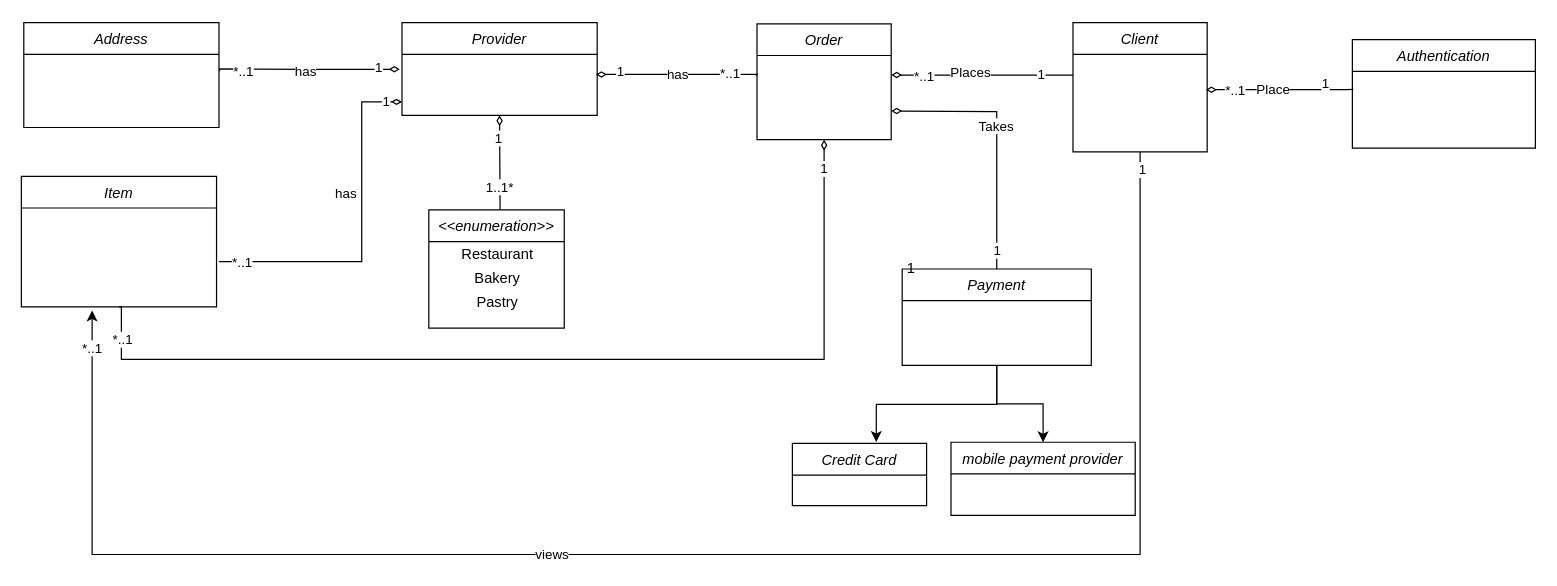
This is assets/Simple_classes_CD.drawio from Bruno-Macedo/Soft.Arch, a draw.io file, before an edit. Source tidied: cells renumbered, new cells numbered last; positions are measured from the earlier drawing's top-left corner, leaving out a move shared by most shapes. Both pictures are drawn from the tidied source at 122%, with x=0, y=0 at pixel (21, 22).
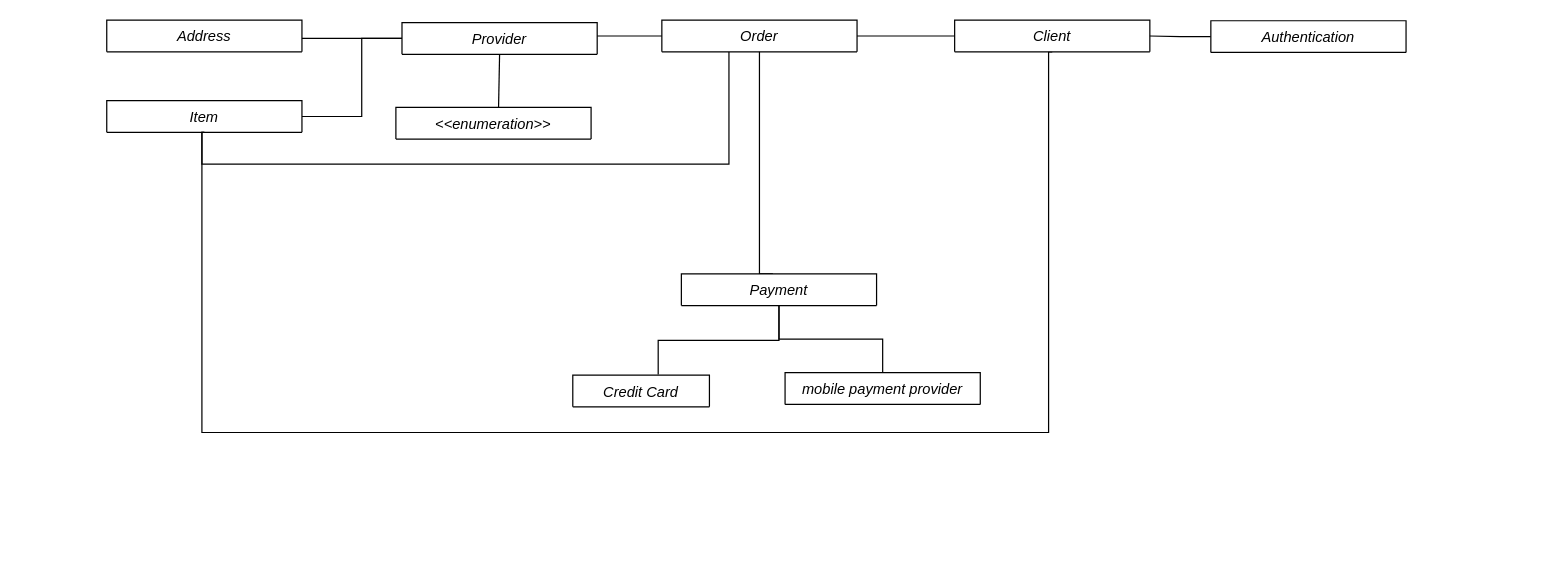
After the change.

The edit, as a diff of the source:
```diff
@@
-    <mxCell id="2" value="Provider" style="swimlane;fontStyle=2;align=center;verticalAlign=top;horizontal=1;startSize=26;rounded=0;shadow=0;strokeWidth=1;" parent="1" vertex="1">
-      <mxGeometry x="312" width="160" height="76" as="geometry" />
+    <mxCell id="2" value="Provider" style="swimlane;fontStyle=2;align=center;verticalAlign=top;horizontal=1;startSize=26;rounded=0;shadow=0;strokeWidth=1;" parent="1" vertex="1" collapsed="1">
+      <mxGeometry x="312" width="160" height="26" as="geometry" />
     </mxCell>
-    <mxCell id="3" style="edgeStyle=orthogonalEdgeStyle;rounded=0;orthogonalLoop=1;jettySize=auto;html=1;startArrow=none;startFill=0;endArrow=diamondThin;endFill=0;" parent="1" edge="1">
+    <mxCell id="3" style="edgeStyle=orthogonalEdgeStyle;rounded=0;jettySize=auto;html=1;startArrow=none;startFill=0;endArrow=none;endFill=0;exitX=1;exitY=0.5;exitDx=0;exitDy=0;entryX=0;entryY=0.5;entryDx=0;entryDy=0;" parent="1" edge="1" source="7" target="2">
       <mxGeometry relative="1" as="geometry">
-        <mxPoint x="162" y="196" as="sourcePoint" />
-        <mxPoint x="312" y="65" as="targetPoint" />
         <Array as="points">
-          <mxPoint x="279" y="196" />
-          <mxPoint x="279" y="65" />
+          <mxPoint x="279" y="77" />
+          <mxPoint x="279" y="13" />
         </Array>
       </mxGeometry>
     </mxCell>
-    <mxCell id="4" value="has" style="edgeLabel;html=1;align=center;verticalAlign=middle;" parent="3" vertex="1">
-      <mxGeometry x="0.24" y="-2" relative="1" as="geometry">
-        <mxPoint x="-16" as="offset" />
-      </mxGeometry>
-    </mxCell>
-    <mxCell id="5" value="1" style="edgeLabel;html=1;align=center;verticalAlign=middle;" parent="3" vertex="1">
-      <mxGeometry x="0.85" y="-2" relative="1" as="geometry">
-        <mxPoint x="7" y="-3" as="offset" />
-      </mxGeometry>
-    </mxCell>
-    <mxCell id="6" value="*..1" style="edgeLabel;html=1;align=center;verticalAlign=middle;" parent="3" vertex="1">
-      <mxGeometry x="-0.87" relative="1" as="geometry" />
-    </mxCell>
-    <mxCell id="7" value="Item" style="swimlane;fontStyle=2;align=center;verticalAlign=top;horizontal=1;startSize=26;rounded=0;shadow=0;strokeWidth=1;" parent="1" vertex="1">
-      <mxGeometry y="126" width="160" height="107" as="geometry" />
+    <mxCell id="7" value="Item" style="swimlane;fontStyle=2;align=center;verticalAlign=top;horizontal=1;startSize=26;rounded=0;shadow=0;strokeWidth=1;" parent="1" vertex="1" collapsed="1">
+      <mxGeometry x="70" y="64" width="160" height="26" as="geometry" />
     </mxCell>
-    <mxCell id="8" value="Address" style="swimlane;fontStyle=2;align=center;verticalAlign=top;horizontal=1;startSize=26;rounded=0;shadow=0;strokeWidth=1;" parent="1" vertex="1">
-      <mxGeometry x="2" width="160" height="86" as="geometry" />
+    <mxCell id="8" value="Address" style="swimlane;fontStyle=2;align=center;verticalAlign=top;horizontal=1;startSize=26;rounded=0;shadow=0;strokeWidth=1;" parent="1" vertex="1" collapsed="1">
+      <mxGeometry x="70" y="-2" width="160" height="26" as="geometry" />
     </mxCell>
-    <mxCell id="9" style="edgeStyle=orthogonalEdgeStyle;rounded=0;orthogonalLoop=1;jettySize=auto;html=1;startArrow=diamondThin;startFill=0;endArrow=none;endFill=0;exitX=-0.011;exitY=0.472;exitDx=0;exitDy=0;exitPerimeter=0;entryX=1.003;entryY=0.538;entryDx=0;entryDy=0;entryPerimeter=0;" parent="1" edge="1">
+    <mxCell id="9" style="edgeStyle=orthogonalEdgeStyle;rounded=0;orthogonalLoop=1;jettySize=auto;html=1;startArrow=none;startFill=0;endArrow=none;endFill=0;entryX=1;entryY=0.5;entryDx=0;entryDy=0;" parent="1" edge="1">
       <mxGeometry relative="1" as="geometry">
-        <mxPoint x="310.2" y="38.3" as="sourcePoint" />
-        <mxPoint x="162.5" y="40" as="targetPoint" />
+        <mxPoint x="312" y="13" as="sourcePoint" />
+        <mxPoint x="230" y="13" as="targetPoint" />
         <Array as="points">
-          <mxPoint x="236" y="38" />
-          <mxPoint x="163" y="38" />
+          <mxPoint x="310" y="13" />
         </Array>
       </mxGeometry>
     </mxCell>
-    <mxCell id="10" value="has" style="edgeLabel;html=1;align=center;verticalAlign=middle;" parent="9" vertex="1">
-      <mxGeometry x="0.27" y="1" relative="1" as="geometry">
-        <mxPoint x="17" as="offset" />
-      </mxGeometry>
-    </mxCell>
-    <mxCell id="11" value="1" style="edgeLabel;html=1;align=center;verticalAlign=middle;" parent="9" vertex="1">
-      <mxGeometry x="-0.76" y="-2" relative="1" as="geometry" />
-    </mxCell>
-    <mxCell id="12" value="*..1" style="edgeLabel;html=1;align=center;verticalAlign=middle;" parent="9" vertex="1">
-      <mxGeometry x="0.72" y="1" relative="1" as="geometry" />
-    </mxCell>
-    <mxCell id="13" value="1" style="edgeStyle=orthogonalEdgeStyle;rounded=0;jettySize=auto;html=1;entryX=0.5;entryY=1;entryDx=0;entryDy=0;startArrow=diamondThin;startFill=0;endArrow=none;endFill=0;" parent="1" edge="1" source="15" target="7">
-      <mxGeometry x="-0.94" relative="1" as="geometry">
+    <mxCell id="13" style="edgeStyle=orthogonalEdgeStyle;rounded=0;jettySize=auto;html=1;entryX=0.5;entryY=1;entryDx=0;entryDy=0;startArrow=none;startFill=0;endArrow=none;endFill=0;" parent="1" edge="1" source="15" target="7">
+      <mxGeometry x="-0.93" relative="1" as="geometry">
         <Array as="points">
-          <mxPoint x="658" y="276" />
-          <mxPoint x="82" y="276" />
-          <mxPoint x="82" y="233" />
+          <mxPoint x="580" y="116" />
+          <mxPoint x="148" y="116" />
+          <mxPoint x="148" y="90" />
         </Array>
       </mxGeometry>
     </mxCell>
-    <mxCell id="14" value="*..1" style="edgeLabel;html=1;align=center;verticalAlign=middle;" parent="13" vertex="1">
-      <mxGeometry x="0.93" relative="1" as="geometry" />
-    </mxCell>
-    <mxCell id="15" value="Order" style="swimlane;fontStyle=2;align=center;verticalAlign=top;horizontal=1;startSize=26;rounded=0;shadow=0;strokeWidth=1;" parent="1" vertex="1">
-      <mxGeometry x="603" y="1" width="110" height="95" as="geometry" />
+    <mxCell id="15" value="Order" style="swimlane;fontStyle=2;align=center;verticalAlign=top;horizontal=1;startSize=26;rounded=0;shadow=0;strokeWidth=1;" parent="1" vertex="1" collapsed="1">
+      <mxGeometry x="525" y="-2" width="160" height="26" as="geometry" />
     </mxCell>
-    <mxCell id="16" value="has" style="edgeStyle=orthogonalEdgeStyle;rounded=0;orthogonalLoop=1;jettySize=auto;html=1;startArrow=diamondThin;startFill=0;endArrow=none;endFill=0;entryX=0;entryY=0.5;entryDx=0;entryDy=0;" parent="1" edge="1">
-      <mxGeometry relative="1" as="geometry">
-        <mxPoint x="471" y="42.5" as="sourcePoint" />
-        <mxPoint x="602" y="43.5" as="targetPoint" />
+    <mxCell id="16" style="edgeStyle=orthogonalEdgeStyle;rounded=0;jettySize=auto;html=1;startArrow=none;startFill=0;endArrow=none;endFill=0;entryX=0;entryY=0.5;entryDx=0;entryDy=0;" parent="1" edge="1" target="15">
+      <mxGeometry x="-0.1" relative="1" as="geometry">
+        <mxPoint x="472" y="11" as="sourcePoint" />
         <Array as="points">
-          <mxPoint x="603" y="42.5" />
+          <mxPoint x="472" y="11" />
         </Array>
       </mxGeometry>
     </mxCell>
-    <mxCell id="17" value="1" style="edgeLabel;html=1;align=center;verticalAlign=middle;" parent="16" vertex="1">
-      <mxGeometry x="-0.72" y="3" relative="1" as="geometry" />
-    </mxCell>
-    <mxCell id="18" value="*..1" style="edgeLabel;html=1;align=center;verticalAlign=middle;" parent="16" vertex="1">
-      <mxGeometry x="0.64" y="-1" relative="1" as="geometry">
-        <mxPoint y="-2" as="offset" />
-      </mxGeometry>
-    </mxCell>
-    <mxCell id="19" style="edgeStyle=orthogonalEdgeStyle;rounded=0;jettySize=auto;html=1;" parent="1" edge="1" source="23">
+    <mxCell id="19" style="edgeStyle=orthogonalEdgeStyle;rounded=0;jettySize=auto;html=1;endArrow=none;endFill=0;startArrow=none;startFill=0;entryX=0.5;entryY=1;entryDx=0;entryDy=0;exitX=0.5;exitY=1;exitDx=0;exitDy=0;" parent="1" edge="1" source="23" target="7">
       <mxGeometry relative="1" as="geometry">
-        <mxPoint x="58" y="236" as="targetPoint" />
         <Array as="points">
-          <mxPoint x="917" y="436" />
-          <mxPoint x="58" y="436" />
+          <mxPoint x="842" y="24" />
+          <mxPoint x="842" y="336" />
+          <mxPoint x="148" y="336" />
+          <mxPoint x="148" y="90" />
         </Array>
       </mxGeometry>
     </mxCell>
-    <mxCell id="20" value="1" style="edgeLabel;html=1;align=center;verticalAlign=middle;" parent="19" vertex="1">
-      <mxGeometry x="-0.98" y="1" relative="1" as="geometry" />
-    </mxCell>
-    <mxCell id="21" value="*..1" style="edgeLabel;html=1;align=center;verticalAlign=middle;" parent="19" vertex="1">
-      <mxGeometry x="0.94" y="1" relative="1" as="geometry">
-        <mxPoint y="-12" as="offset" />
-      </mxGeometry>
-    </mxCell>
-    <mxCell id="22" value="views" style="edgeLabel;html=1;align=center;verticalAlign=middle;" parent="19" vertex="1">
-      <mxGeometry x="0.17" y="-1" relative="1" as="geometry" />
-    </mxCell>
+    <mxCell id="49" style="edgeStyle=orthogonalEdgeStyle;rounded=0;jettySize=auto;html=1;startArrow=none;startFill=0;endArrow=none;endFill=0;" parent="1" edge="1" source="23" target="15">
+      <mxGeometry relative="1" as="geometry" />
+    </mxCell>
-    <mxCell id="23" value="Client" style="swimlane;fontStyle=2;align=center;verticalAlign=top;horizontal=1;startSize=26;rounded=0;shadow=0;strokeWidth=1;" parent="1" vertex="1">
-      <mxGeometry x="862" width="110" height="106" as="geometry" />
+    <mxCell id="23" value="Client" style="swimlane;fontStyle=2;align=center;verticalAlign=top;horizontal=1;startSize=26;rounded=0;shadow=0;strokeWidth=1;" parent="1" vertex="1" collapsed="1">
+      <mxGeometry x="765" y="-2" width="160" height="26" as="geometry" />
     </mxCell>
-    <mxCell id="24" style="edgeStyle=orthogonalEdgeStyle;rounded=0;orthogonalLoop=1;jettySize=auto;html=1;startArrow=diamondThin;startFill=0;endArrow=none;endFill=0;exitX=1.016;exitY=0.527;exitDx=0;exitDy=0;exitPerimeter=0;" parent="1" edge="1">
-      <mxGeometry relative="1" as="geometry">
-        <mxPoint x="713" y="42.9" as="sourcePoint" />
-        <mxPoint x="862" y="43" as="targetPoint" />
-        <Array as="points">
-          <mxPoint x="862" y="43" />
-        </Array>
-      </mxGeometry>
-    </mxCell>
-    <mxCell id="25" value="1" style="edgeLabel;html=1;align=center;verticalAlign=middle;" parent="24" vertex="1">
-      <mxGeometry x="0.79" y="-1" relative="1" as="geometry">
-        <mxPoint x="-11" y="-2" as="offset" />
-      </mxGeometry>
-    </mxCell>
-    <mxCell id="26" value="*..1" style="edgeLabel;html=1;align=center;verticalAlign=middle;" parent="24" vertex="1">
-      <mxGeometry x="-0.81" y="-3" relative="1" as="geometry">
-        <mxPoint x="12" y="-3" as="offset" />
-      </mxGeometry>
-    </mxCell>
-    <mxCell id="27" value="Places" style="edgeLabel;html=1;align=center;verticalAlign=middle;" parent="24" vertex="1">
-      <mxGeometry x="0.2" y="1" relative="1" as="geometry">
-        <mxPoint x="-25" y="-2" as="offset" />
-      </mxGeometry>
-    </mxCell>
-    <mxCell id="28" value="Credit Card" style="swimlane;fontStyle=2;align=center;verticalAlign=top;horizontal=1;startSize=26;rounded=0;shadow=0;strokeWidth=1;" parent="1" vertex="1">
-      <mxGeometry x="632" y="345" width="110" height="51" as="geometry" />
+    <mxCell id="28" value="Credit Card" style="swimlane;fontStyle=2;align=center;verticalAlign=top;horizontal=1;startSize=26;rounded=0;shadow=0;strokeWidth=1;" parent="1" vertex="1" collapsed="1">
+      <mxGeometry x="452" y="289" width="112" height="26" as="geometry" />
     </mxCell>
-    <mxCell id="29" value="mobile payment provider" style="swimlane;fontStyle=2;align=center;verticalAlign=top;horizontal=1;startSize=26;rounded=0;shadow=0;strokeWidth=1;" parent="1" vertex="1">
-      <mxGeometry x="762" y="344" width="151" height="60" as="geometry" />
+    <mxCell id="29" value="mobile payment provider" style="swimlane;fontStyle=2;align=center;verticalAlign=top;horizontal=1;startSize=26;rounded=0;shadow=0;strokeWidth=1;" parent="1" vertex="1" collapsed="1">
+      <mxGeometry x="626" y="287" width="160" height="26" as="geometry" />
     </mxCell>
-    <mxCell id="30" style="edgeStyle=orthogonalEdgeStyle;rounded=0;jettySize=auto;html=1;entryX=0.625;entryY=-0.023;entryDx=0;entryDy=0;entryPerimeter=0;" parent="1" edge="1" source="32" target="28">
+    <mxCell id="30" style="edgeStyle=orthogonalEdgeStyle;rounded=0;jettySize=auto;html=1;entryX=0.625;entryY=-0.023;entryDx=0;entryDy=0;entryPerimeter=0;endArrow=none;endFill=0;startArrow=none;startFill=0;" parent="1" edge="1" source="32" target="28">
       <mxGeometry relative="1" as="geometry" />
     </mxCell>
-    <mxCell id="31" style="edgeStyle=orthogonalEdgeStyle;rounded=0;jettySize=auto;html=1;entryX=0.5;entryY=0;entryDx=0;entryDy=0;" parent="1" edge="1" source="32" target="29">
+    <mxCell id="31" style="edgeStyle=orthogonalEdgeStyle;rounded=0;jettySize=auto;html=1;entryX=0.5;entryY=0;entryDx=0;entryDy=0;endArrow=none;endFill=0;startArrow=none;startFill=0;" parent="1" edge="1" source="32" target="29">
       <mxGeometry relative="1" as="geometry" />
     </mxCell>
+    <mxCell id="50" style="edgeStyle=orthogonalEdgeStyle;rounded=0;orthogonalLoop=1;jettySize=auto;html=1;entryX=0.5;entryY=1;entryDx=0;entryDy=0;startArrow=none;startFill=0;endArrow=none;endFill=0;" parent="1" edge="1">
+      <mxGeometry relative="1" as="geometry">
+        <mxPoint x="616" y="206" as="sourcePoint" />
+        <mxPoint x="605" y="24" as="targetPoint" />
+        <Array as="points">
+          <mxPoint x="605" y="206" />
+        </Array>
+      </mxGeometry>
+    </mxCell>
-    <mxCell id="32" value="Payment" style="swimlane;fontStyle=2;align=center;verticalAlign=top;horizontal=1;startSize=26;rounded=0;shadow=0;strokeWidth=1;" parent="1" vertex="1">
-      <mxGeometry x="722" y="202" width="155" height="79" as="geometry" />
+    <mxCell id="32" value="Payment" style="swimlane;fontStyle=2;align=center;verticalAlign=top;horizontal=1;startSize=26;rounded=0;shadow=0;strokeWidth=1;" parent="1" vertex="1" collapsed="1">
+      <mxGeometry x="541" y="206" width="160" height="26" as="geometry" />
     </mxCell>
-    <mxCell id="33" value="&lt;&lt;enumeration&gt;&gt;" style="swimlane;fontStyle=2;align=center;verticalAlign=top;horizontal=1;startSize=26;rounded=0;shadow=0;strokeWidth=1;" parent="1" vertex="1">
-      <mxGeometry x="334" y="153.5" width="111" height="97" as="geometry" />
+    <mxCell id="33" value="&lt;&lt;enumeration&gt;&gt;" style="swimlane;fontStyle=2;align=center;verticalAlign=top;horizontal=1;startSize=26;rounded=0;shadow=0;strokeWidth=1;" parent="1" vertex="1" collapsed="1">
+      <mxGeometry x="307" y="69.5" width="160" height="26" as="geometry" />
     </mxCell>
-    <mxCell id="34" value="Restaurant" style="text;html=1;align=center;verticalAlign=middle;strokeColor=none;fillColor=none;" parent="33" vertex="1">
-      <mxGeometry y="26" width="111" height="20" as="geometry" />
-    </mxCell>
-    <mxCell id="35" value="Bakery" style="text;html=1;align=center;verticalAlign=middle;strokeColor=none;fillColor=none;" parent="33" vertex="1">
-      <mxGeometry y="46" width="111" height="20" as="geometry" />
-    </mxCell>
-    <mxCell id="36" value="Pastry" style="text;html=1;align=center;verticalAlign=middle;strokeColor=none;fillColor=none;" parent="33" vertex="1">
-      <mxGeometry y="66" width="111" height="20" as="geometry" />
-    </mxCell>
-    <mxCell id="37" style="endArrow=none;html=1;rounded=0;exitX=0.5;exitY=1;exitDx=0;exitDy=0;endFill=0;startArrow=diamondThin;startFill=0;entryX=0.526;entryY=-0.003;entryDx=0;entryDy=0;entryPerimeter=0;" parent="1" edge="1" source="2" target="33">
+    <mxCell id="37" style="endArrow=none;html=1;rounded=0;exitX=0.5;exitY=1;exitDx=0;exitDy=0;endFill=0;startArrow=none;startFill=0;entryX=0.526;entryY=-0.003;entryDx=0;entryDy=0;entryPerimeter=0;" parent="1" edge="1" source="2" target="33">
       <mxGeometry relative="1" as="geometry" />
     </mxCell>
-    <mxCell id="38" value="1..1*" style="edgeLabel;html=1;align=center;verticalAlign=middle;" parent="37" vertex="1">
-      <mxGeometry x="0.81" y="-1" relative="1" as="geometry">
-        <mxPoint y="-12" as="offset" />
-      </mxGeometry>
-    </mxCell>
-    <mxCell id="39" value="1" style="edgeLabel;html=1;align=center;verticalAlign=middle;" parent="37" vertex="1">
-      <mxGeometry x="-0.81" relative="1" as="geometry">
-        <mxPoint x="-2" y="12" as="offset" />
-      </mxGeometry>
-    </mxCell>
+    <mxCell id="51" style="edgeStyle=orthogonalEdgeStyle;rounded=0;jettySize=auto;html=1;startArrow=none;startFill=0;endArrow=none;endFill=0;entryX=1;entryY=0.5;entryDx=0;entryDy=0;" parent="1" edge="1" source="40" target="23">
+      <mxGeometry relative="1" as="geometry" />
+    </mxCell>
-    <mxCell id="40" value="Authentication" style="swimlane;fontStyle=2;align=center;verticalAlign=top;horizontal=1;startSize=26;rounded=0;shadow=0;strokeWidth=1;" parent="1" vertex="1">
-      <mxGeometry x="1091" y="14" width="150" height="89" as="geometry" />
+    <mxCell id="40" value="Authentication" style="swimlane;fontStyle=2;align=center;verticalAlign=top;horizontal=1;startSize=26;rounded=0;shadow=0;strokeWidth=1;" parent="1" vertex="1" collapsed="1">
+      <mxGeometry x="975" y="-1.5" width="160" height="26" as="geometry" />
     </mxCell>
-    <mxCell id="41" style="edgeStyle=orthogonalEdgeStyle;rounded=0;orthogonalLoop=1;jettySize=auto;html=1;entryX=-0.008;entryY=0.531;entryDx=0;entryDy=0;entryPerimeter=0;startArrow=diamondThin;startFill=0;endArrow=none;endFill=0;exitX=1.016;exitY=0.527;exitDx=0;exitDy=0;exitPerimeter=0;" parent="40" edge="1">
-      <mxGeometry relative="1" as="geometry">
-        <mxPoint x="-120" y="41" as="sourcePoint" />
-        <mxPoint x="0.8" y="40.8" as="targetPoint" />
-        <Array as="points">
-          <mxPoint x="-4" y="41" />
-        </Array>
-      </mxGeometry>
-    </mxCell>
-    <mxCell id="42" value="1" style="edgeLabel;html=1;align=center;verticalAlign=middle;" parent="41" vertex="1">
-      <mxGeometry x="0.79" y="-1" relative="1" as="geometry">
-        <mxPoint x="-11" y="-7" as="offset" />
-      </mxGeometry>
-    </mxCell>
-    <mxCell id="43" value="*..1" style="edgeLabel;html=1;align=center;verticalAlign=middle;" parent="41" vertex="1">
-      <mxGeometry x="-0.81" y="-3" relative="1" as="geometry">
-        <mxPoint x="12" y="-3" as="offset" />
-      </mxGeometry>
-    </mxCell>
-    <mxCell id="44" value="Place" style="edgeLabel;html=1;align=center;verticalAlign=middle;" parent="41" vertex="1">
-      <mxGeometry x="0.2" y="1" relative="1" as="geometry">
-        <mxPoint x="-18" as="offset" />
-      </mxGeometry>
-    </mxCell>
-    <mxCell id="45" style="edgeStyle=orthogonalEdgeStyle;rounded=0;jettySize=auto;html=1;entryX=0.5;entryY=0;entryDx=0;entryDy=0;startArrow=diamondThin;startFill=0;endArrow=none;endFill=0;" parent="1" edge="1" target="32">
-      <mxGeometry relative="1" as="geometry">
-        <mxPoint x="713" y="72.5" as="sourcePoint" />
-      </mxGeometry>
-    </mxCell>
-    <mxCell id="46" value="Takes" style="edgeLabel;html=1;align=center;verticalAlign=middle;" parent="45" vertex="1">
-      <mxGeometry x="-0.09" y="-1" relative="1" as="geometry" />
-    </mxCell>
-    <mxCell id="47" value="1" style="edgeLabel;html=1;align=center;verticalAlign=middle;" parent="45" vertex="1">
-      <mxGeometry x="0.86" relative="1" as="geometry" />
-    </mxCell>
-    <mxCell id="48" value="1" style="text;html=1;align=center;verticalAlign=middle;strokeColor=none;fillColor=none;" parent="1" vertex="1">
-      <mxGeometry x="719" y="192" width="20" height="20" as="geometry" />
-    </mxCell>
```
